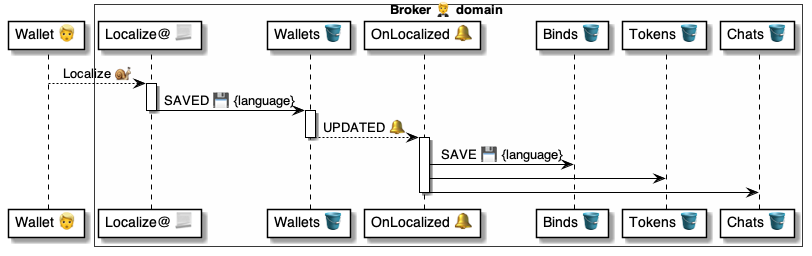
Above: 4 ⚙️ Solution/20 🧑‍🦰 UI/Brokers 🤵/🤵🪣 Broker tables/Wallets 🧑‍🦰 table/🪣🔔 2 Localized/🤵 OnWalletLocalized ⚙️ uml.png in pollyweb-org/pollyweb-docs (PlantUML), before the change. Its source is kept beside it as 4 ⚙️ Solution/20 🧑‍🦰 UI/Brokers 🤵/🤵🪣 Broker tables/Wallets 🧑‍🦰 table/🪣🔔 2 Localized/🤵 OnWalletLocalized ⚙️ uml.puml.
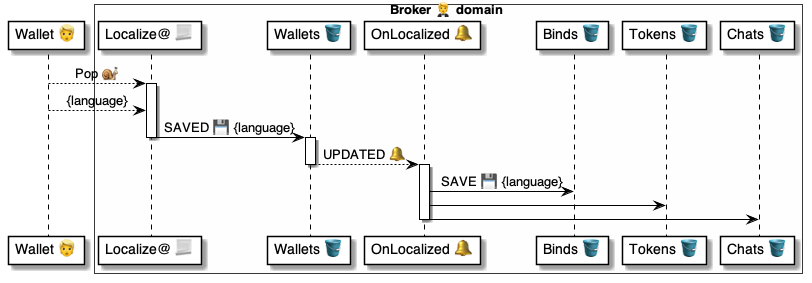
The same diagram one commit later.

Change to the diagram source:
```diff
@@ -12,8 +12,9 @@
 end box
 
 
-wallet --> handler: Localize 🐌
+wallet --> handler: Pop 🐌
 activate handler
+    wallet --> handler: {language}
     handler -> wallets: SAVED 💾 {language}
 deactivate
 
```
